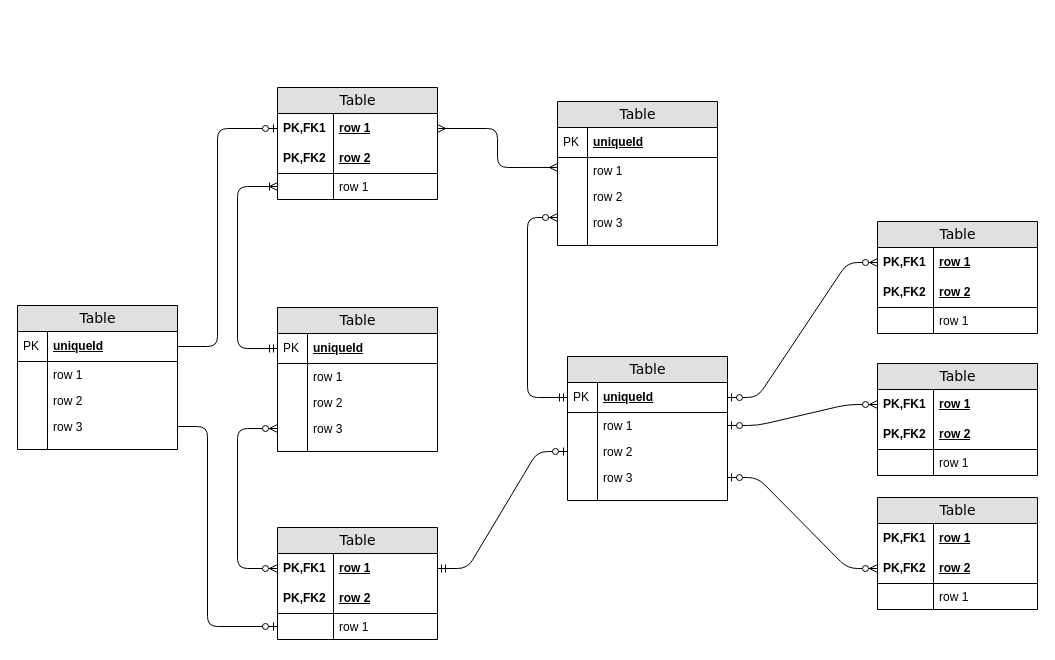
Before: Untitled Diagram.drawio in w0aw/diagrams, a draw.io diagram. Source tidied: cells renumbered, new cells numbered last; positions are measured from the earlier drawing's top-left corner, leaving out a move shared by most shapes. Both pictures are drawn from the tidied source at 100%, with x=0, y=0 at pixel (17, 87).
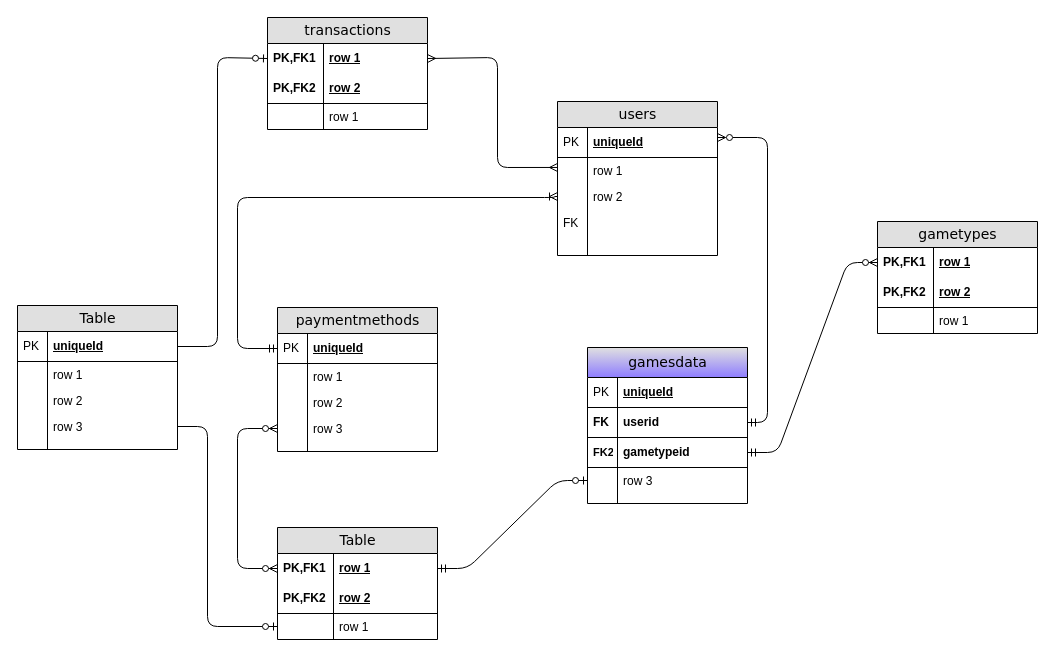
After the change.

The change refers to these unchanged cells:
```xml
<mxCell id="3" value="row 1" style="shape=partialRectangle;top=0;left=0;right=0;bottom=0;html=1;align=left;verticalAlign=middle;fillColor=none;spacingLeft=60;spacingRight=4;whiteSpace=wrap;overflow=hidden;points=[[0,0.5],[1,0.5]];portConstraint=eastwest;fontStyle=5;" parent="2" vertex="1">
  <mxGeometry y="26" width="160" height="30" as="geometry" />
</mxCell>
<mxCell id="7" value="row 1" style="shape=partialRectangle;top=0;left=0;right=0;bottom=0;html=1;align=left;verticalAlign=top;fillColor=none;spacingLeft=60;spacingRight=4;whiteSpace=wrap;overflow=hidden;points=[[0,0.5],[1,0.5]];portConstraint=eastwest;" parent="2" vertex="1">
  <mxGeometry y="86" width="160" height="26" as="geometry" />
</mxCell>
<mxCell id="10" value="uniqueId" style="shape=partialRectangle;top=0;left=0;right=0;bottom=1;html=1;align=left;verticalAlign=middle;fillColor=none;spacingLeft=34;spacingRight=4;whiteSpace=wrap;overflow=hidden;points=[[0,0.5],[1,0.5]];portConstraint=eastwest;fontStyle=5;" parent="9" vertex="1">
  <mxGeometry y="26" width="160" height="30" as="geometry" />
</mxCell>
<mxCell id="12" value="row 1" style="shape=partialRectangle;top=0;left=0;right=0;bottom=0;html=1;align=left;verticalAlign=top;fillColor=none;spacingLeft=34;spacingRight=4;whiteSpace=wrap;overflow=hidden;points=[[0,0.5],[1,0.5]];portConstraint=eastwest;" parent="9" vertex="1">
  <mxGeometry y="56" width="160" height="26" as="geometry" />
</mxCell>
<mxCell id="14" value="row 2" style="shape=partialRectangle;top=0;left=0;right=0;bottom=0;html=1;align=left;verticalAlign=top;fillColor=none;spacingLeft=34;spacingRight=4;whiteSpace=wrap;overflow=hidden;points=[[0,0.5],[1,0.5]];portConstraint=eastwest;" parent="9" vertex="1">
  <mxGeometry y="82" width="160" height="26" as="geometry" />
</mxCell>
<mxCell id="21" value="uniqueId" style="shape=partialRectangle;top=0;left=0;right=0;bottom=1;html=1;align=left;verticalAlign=middle;fillColor=none;spacingLeft=34;spacingRight=4;whiteSpace=wrap;overflow=hidden;points=[[0,0.5],[1,0.5]];portConstraint=eastwest;fontStyle=5;" parent="20" vertex="1">
  <mxGeometry y="26" width="160" height="30" as="geometry" />
</mxCell>
<mxCell id="43" value="row 1" style="shape=partialRectangle;top=0;left=0;right=0;bottom=0;html=1;align=left;verticalAlign=middle;fillColor=none;spacingLeft=60;spacingRight=4;whiteSpace=wrap;overflow=hidden;points=[[0,0.5],[1,0.5]];portConstraint=eastwest;fontStyle=5;" parent="42" vertex="1">
  <mxGeometry y="26" width="160" height="30" as="geometry" />
</mxCell>
<mxCell id="50" value="row 1" style="shape=partialRectangle;top=0;left=0;right=0;bottom=0;html=1;align=left;verticalAlign=middle;fillColor=none;spacingLeft=60;spacingRight=4;whiteSpace=wrap;overflow=hidden;points=[[0,0.5],[1,0.5]];portConstraint=eastwest;fontStyle=5;" parent="49" vertex="1">
  <mxGeometry y="26" width="160" height="30" as="geometry" />
</mxCell>
<mxCell id="79" value="uniqueId" style="shape=partialRectangle;top=0;left=0;right=0;bottom=1;html=1;align=left;verticalAlign=middle;fillColor=none;spacingLeft=34;spacingRight=4;whiteSpace=wrap;overflow=hidden;points=[[0,0.5],[1,0.5]];portConstraint=eastwest;fontStyle=5;" parent="78" vertex="1">
  <mxGeometry y="26" width="160" height="30" as="geometry" />
</mxCell>
```

Change to the diagram source:
```diff
@@
-    <mxCell id="2" value="Table" style="swimlane;html=1;fontStyle=0;horizontal=1;startSize=26;fillColor=#e0e0e0;swimlaneFillColor=#ffffff;align=center;rounded=0;shadow=0;comic=0;labelBackgroundColor=none;strokeWidth=1;fontFamily=Verdana;fontSize=14;" parent="1" vertex="1">
-      <mxGeometry x="260" width="160" height="112" as="geometry" />
+    <mxCell id="2" value="transactions" style="swimlane;html=1;fontStyle=0;horizontal=1;startSize=26;fillColor=#e0e0e0;swimlaneFillColor=#ffffff;align=center;rounded=0;shadow=0;comic=0;labelBackgroundColor=none;strokeWidth=1;fontFamily=Verdana;fontSize=14;" parent="1" vertex="1">
+      <mxGeometry x="250" y="-70" width="160" height="112" as="geometry" />
     </mxCell>
@@
-    <mxCell id="9" value="Table" style="swimlane;html=1;fontStyle=0;horizontal=1;startSize=26;fillColor=#e0e0e0;swimlaneFillColor=#ffffff;align=center;rounded=0;shadow=0;comic=0;labelBackgroundColor=none;strokeWidth=1;fontFamily=Verdana;fontSize=14;swimlaneLine=1;" parent="1" vertex="1">
-      <mxGeometry x="540" y="14" width="160" height="144" as="geometry" />
+    <mxCell id="9" value="users" style="swimlane;html=1;fontStyle=0;horizontal=1;startSize=26;fillColor=#e0e0e0;swimlaneFillColor=#ffffff;align=center;rounded=0;shadow=0;comic=0;labelBackgroundColor=none;strokeWidth=1;fontFamily=Verdana;fontSize=14;swimlaneLine=1;" parent="1" vertex="1">
+      <mxGeometry x="540" y="14" width="160" height="154" as="geometry" />
     </mxCell>
@@
-    <mxCell id="16" value="row 3" style="shape=partialRectangle;top=0;left=0;right=0;bottom=0;html=1;align=left;verticalAlign=top;fillColor=none;spacingLeft=34;spacingRight=4;whiteSpace=wrap;overflow=hidden;points=[[0,0.5],[1,0.5]];portConstraint=eastwest;" parent="9" vertex="1">
+    <mxCell id="16" style="shape=partialRectangle;top=0;left=0;right=0;bottom=0;html=1;align=left;verticalAlign=top;fillColor=none;spacingLeft=34;spacingRight=4;whiteSpace=wrap;overflow=hidden;points=[[0,0.5],[1,0.5]];portConstraint=eastwest;" parent="9" vertex="1">
       <mxGeometry y="108" width="160" height="26" as="geometry" />
     </mxCell>
-    <mxCell id="17" style="shape=partialRectangle;top=0;left=0;bottom=0;html=1;fillColor=none;align=left;verticalAlign=top;spacingLeft=4;spacingRight=4;whiteSpace=wrap;overflow=hidden;" parent="16" vertex="1">
+    <mxCell id="17" value="FK" style="shape=partialRectangle;top=0;left=0;bottom=0;html=1;fillColor=none;align=left;verticalAlign=top;spacingLeft=4;spacingRight=4;whiteSpace=wrap;overflow=hidden;" parent="16" vertex="1">
       <mxGeometry width="30" height="26" as="geometry" />
     </mxCell>
+    <mxCell id="91" style="shape=partialRectangle;top=0;left=0;right=0;bottom=0;html=1;align=left;verticalAlign=top;fillColor=none;spacingLeft=34;spacingRight=4;whiteSpace=wrap;overflow=hidden;" parent="9" vertex="1">
+      <mxGeometry y="134" width="160" height="10" as="geometry" />
+    </mxCell>
+    <mxCell id="92" style="shape=partialRectangle;top=0;left=0;bottom=0;html=1;fillColor=none;align=left;verticalAlign=top;spacingLeft=4;spacingRight=4;whiteSpace=wrap;overflow=hidden;" parent="91" vertex="1">
+      <mxGeometry width="30" height="10" as="geometry" />
+    </mxCell>
     <mxCell id="18" style="shape=partialRectangle;top=0;left=0;right=0;bottom=0;html=1;align=left;verticalAlign=top;fillColor=none;spacingLeft=34;spacingRight=4;whiteSpace=wrap;overflow=hidden;" parent="9" vertex="1">
-      <mxGeometry y="134" width="160" height="10" as="geometry" />
+      <mxGeometry y="144" width="160" height="10" as="geometry" />
     </mxCell>
@@
-    <mxCell id="20" value="Table" style="swimlane;html=1;fontStyle=0;horizontal=1;startSize=26;fillColor=#e0e0e0;swimlaneFillColor=#ffffff;align=center;rounded=0;shadow=0;comic=0;labelBackgroundColor=none;strokeWidth=1;fontFamily=Verdana;fontSize=14;" parent="1" vertex="1">
+    <mxCell id="20" value="paymentmethods" style="swimlane;html=1;fontStyle=0;horizontal=1;startSize=26;fillColor=#e0e0e0;swimlaneFillColor=#ffffff;align=center;rounded=0;shadow=0;comic=0;labelBackgroundColor=none;strokeWidth=1;fontFamily=Verdana;fontSize=14;" parent="1" vertex="1">
       <mxGeometry x="260" y="220" width="160" height="144" as="geometry" />
     </mxCell>
@@
-    <mxCell id="31" value="Table" style="swimlane;html=1;fontStyle=0;horizontal=1;startSize=26;fillColor=#e0e0e0;swimlaneFillColor=#ffffff;align=center;rounded=0;shadow=0;comic=0;labelBackgroundColor=none;strokeWidth=1;fontFamily=Verdana;fontSize=14;" parent="1" vertex="1">
-      <mxGeometry x="550" y="269" width="160" height="144" as="geometry" />
+    <mxCell id="31" value="gamesdata" style="swimlane;html=1;fontStyle=0;horizontal=1;startSize=30;fillColor=#e0e0e0;swimlaneFillColor=#ffffff;align=center;rounded=0;shadow=0;comic=0;labelBackgroundColor=none;strokeWidth=1;fontFamily=Verdana;fontSize=14;gradientColor=#8E7DFF;swimlaneLine=1;" parent="1" vertex="1">
+      <mxGeometry x="570" y="260" width="160" height="156" as="geometry" />
     </mxCell>
     <mxCell id="32" value="uniqueId" style="shape=partialRectangle;top=0;left=0;right=0;bottom=1;html=1;align=left;verticalAlign=middle;fillColor=none;spacingLeft=34;spacingRight=4;whiteSpace=wrap;overflow=hidden;points=[[0,0.5],[1,0.5]];portConstraint=eastwest;fontStyle=5;" parent="31" vertex="1">
-      <mxGeometry y="26" width="160" height="30" as="geometry" />
+      <mxGeometry y="30" width="160" height="30" as="geometry" />
     </mxCell>
@@
-    <mxCell id="34" value="row 1" style="shape=partialRectangle;top=0;left=0;right=0;bottom=0;html=1;align=left;verticalAlign=top;fillColor=none;spacingLeft=34;spacingRight=4;whiteSpace=wrap;overflow=hidden;points=[[0,0.5],[1,0.5]];portConstraint=eastwest;" parent="31" vertex="1">
-      <mxGeometry y="56" width="160" height="26" as="geometry" />
-    </mxCell>
-    <mxCell id="35" style="shape=partialRectangle;top=0;left=0;bottom=0;html=1;fillColor=none;align=left;verticalAlign=top;spacingLeft=4;spacingRight=4;whiteSpace=wrap;overflow=hidden;" parent="34" vertex="1">
-      <mxGeometry width="30" height="26" as="geometry" />
-    </mxCell>
-    <mxCell id="36" value="row 2" style="shape=partialRectangle;top=0;left=0;right=0;bottom=0;html=1;align=left;verticalAlign=top;fillColor=none;spacingLeft=34;spacingRight=4;whiteSpace=wrap;overflow=hidden;points=[[0,0.5],[1,0.5]];portConstraint=eastwest;" parent="31" vertex="1">
-      <mxGeometry y="82" width="160" height="26" as="geometry" />
-    </mxCell>
-    <mxCell id="37" style="shape=partialRectangle;top=0;left=0;bottom=0;html=1;fillColor=none;align=left;verticalAlign=top;spacingLeft=4;spacingRight=4;whiteSpace=wrap;overflow=hidden;" parent="36" vertex="1">
-      <mxGeometry width="30" height="26" as="geometry" />
-    </mxCell>
+    <mxCell id="93" value="userid" style="shape=partialRectangle;top=0;left=0;right=0;bottom=1;html=1;align=left;verticalAlign=middle;fillColor=none;spacingLeft=34;spacingRight=4;whiteSpace=wrap;overflow=hidden;points=[[0,0.5],[1,0.5]];portConstraint=eastwest;fontStyle=1;" parent="31" vertex="1">
+      <mxGeometry y="60" width="160" height="30" as="geometry" />
+    </mxCell>
+    <mxCell id="94" value="FK" style="shape=partialRectangle;top=0;left=0;bottom=0;html=1;fillColor=none;align=left;verticalAlign=middle;spacingLeft=4;spacingRight=4;whiteSpace=wrap;overflow=hidden;fontStyle=1;" parent="93" vertex="1">
+      <mxGeometry width="30" height="30" as="geometry" />
+    </mxCell>
+    <mxCell id="95" value="gametypeid" style="shape=partialRectangle;top=0;left=0;right=0;bottom=1;html=1;align=left;verticalAlign=middle;fillColor=none;spacingLeft=34;spacingRight=4;whiteSpace=wrap;overflow=hidden;points=[[0,0.5],[1,0.5]];portConstraint=eastwest;fontStyle=1;" parent="31" vertex="1">
+      <mxGeometry y="90" width="160" height="30" as="geometry" />
+    </mxCell>
+    <mxCell id="96" value="FK2" style="shape=partialRectangle;top=0;left=0;bottom=0;html=1;fillColor=none;align=left;verticalAlign=middle;spacingLeft=4;spacingRight=4;whiteSpace=wrap;overflow=hidden;fontStyle=1;fontSize=11;" parent="95" vertex="1">
+      <mxGeometry width="30" height="30" as="geometry" />
+    </mxCell>
     <mxCell id="38" value="row 3" style="shape=partialRectangle;top=0;left=0;right=0;bottom=0;html=1;align=left;verticalAlign=top;fillColor=none;spacingLeft=34;spacingRight=4;whiteSpace=wrap;overflow=hidden;points=[[0,0.5],[1,0.5]];portConstraint=eastwest;" parent="31" vertex="1">
-      <mxGeometry y="108" width="160" height="26" as="geometry" />
+      <mxGeometry y="120" width="160" height="26" as="geometry" />
     </mxCell>
@@
     <mxCell id="40" style="shape=partialRectangle;top=0;left=0;right=0;bottom=0;html=1;align=left;verticalAlign=top;fillColor=none;spacingLeft=34;spacingRight=4;whiteSpace=wrap;overflow=hidden;" parent="31" vertex="1">
-      <mxGeometry y="134" width="160" height="10" as="geometry" />
+      <mxGeometry y="146" width="160" height="10" as="geometry" />
     </mxCell>
@@
-    <mxCell id="42" value="Table" style="swimlane;html=1;fontStyle=0;horizontal=1;startSize=26;fillColor=#e0e0e0;swimlaneFillColor=#ffffff;align=center;rounded=0;shadow=0;comic=0;labelBackgroundColor=none;strokeWidth=1;fontFamily=Verdana;fontSize=14;" parent="1" vertex="1">
+    <mxCell id="42" value="gametypes" style="swimlane;html=1;fontStyle=0;horizontal=1;startSize=26;fillColor=#e0e0e0;swimlaneFillColor=#ffffff;align=center;rounded=0;shadow=0;comic=0;labelBackgroundColor=none;strokeWidth=1;fontFamily=Verdana;fontSize=14;" parent="1" vertex="1">
       <mxGeometry x="860" y="134" width="160" height="112" as="geometry" />
     </mxCell>
@@
-    <mxCell id="56" style="edgeStyle=orthogonalEdgeStyle;html=1;endArrow=ERoneToMany;startArrow=ERmandOne;labelBackgroundColor=none;fontFamily=Verdana;fontSize=14;entryX=0;entryY=0.5;exitX=0;exitY=0.5;" parent="1" edge="1" source="21" target="7">
+    <mxCell id="56" style="edgeStyle=orthogonalEdgeStyle;html=1;endArrow=ERoneToMany;startArrow=ERmandOne;labelBackgroundColor=none;fontFamily=Verdana;fontSize=14;exitX=0;exitY=0.5;" parent="1" edge="1" source="21" target="14">
       <mxGeometry relative="1" as="geometry">
         <Array as="points">
           <mxPoint x="220" y="261" />
-          <mxPoint x="220" y="99" />
+          <mxPoint x="220" y="110" />
+          <mxPoint x="537" y="110" />
+          <mxPoint x="537" y="109" />
         </Array>
       </mxGeometry>
     </mxCell>
@@
     <mxCell id="58" style="edgeStyle=orthogonalEdgeStyle;html=1;endArrow=ERmany;startArrow=ERmany;labelBackgroundColor=none;fontFamily=Verdana;fontSize=14;entryX=1;entryY=0.5;exitX=0;exitY=0.383;exitPerimeter=0;" parent="1" edge="1" source="12" target="3">
       <mxGeometry relative="1" as="geometry">
         <Array as="points">
           <mxPoint x="480" y="80" />
-          <mxPoint x="480" y="41" />
+          <mxPoint x="480" y="-30" />
         </Array>
       </mxGeometry>
     </mxCell>
-    <mxCell id="59" style="edgeStyle=orthogonalEdgeStyle;html=1;endArrow=ERzeroToMany;startArrow=ERmandOne;labelBackgroundColor=none;fontFamily=Verdana;fontSize=14;entryX=0;entryY=0.308;entryPerimeter=0;exitX=0;exitY=0.5;" parent="1" edge="1" source="32" target="16">
+    <mxCell id="59" style="edgeStyle=orthogonalEdgeStyle;html=1;endArrow=ERzeroToMany;startArrow=ERmandOne;labelBackgroundColor=none;fontFamily=Verdana;fontSize=14;endFill=0;" parent="1" edge="1" source="93" target="10">
       <mxGeometry relative="1" as="geometry">
         <Array as="points">
-          <mxPoint x="510" y="310" />
-          <mxPoint x="510" y="130" />
+          <mxPoint x="750" y="335" />
+          <mxPoint x="750" y="50" />
         </Array>
       </mxGeometry>
     </mxCell>
-    <mxCell id="60" style="edgeStyle=entityRelationEdgeStyle;html=1;endArrow=ERzeroToOne;startArrow=ERmandOne;labelBackgroundColor=none;fontFamily=Verdana;fontSize=14;exitX=1;exitY=0.5;entryX=0;entryY=0.5;" parent="1" edge="1" source="50" target="36">
-      <mxGeometry relative="1" as="geometry" />
+    <mxCell id="60" style="edgeStyle=entityRelationEdgeStyle;html=1;endArrow=ERzeroToOne;startArrow=ERmandOne;labelBackgroundColor=none;fontFamily=Verdana;fontSize=14;exitX=1;exitY=0.5;entryX=0;entryY=0.5;" parent="1" edge="1" source="50">
+      <mxGeometry relative="1" as="geometry">
+        <mxPoint x="570" y="393" as="targetPoint" />
+      </mxGeometry>
     </mxCell>
-    <mxCell id="61" style="edgeStyle=entityRelationEdgeStyle;html=1;endArrow=ERzeroToMany;startArrow=ERzeroToOne;labelBackgroundColor=none;fontFamily=Verdana;fontSize=14;entryX=0;entryY=0.5;exitX=1;exitY=0.5;" parent="1" edge="1" source="32" target="43">
+    <mxCell id="61" style="edgeStyle=entityRelationEdgeStyle;html=1;endArrow=ERzeroToMany;startArrow=ERmandOne;labelBackgroundColor=none;fontFamily=Verdana;fontSize=14;entryX=0;entryY=0.5;startFill=0;" parent="1" edge="1" source="95" target="43">
       <mxGeometry relative="1" as="geometry" />
     </mxCell>
-    <mxCell id="62" value="Table" style="swimlane;html=1;fontStyle=0;horizontal=1;startSize=26;fillColor=#e0e0e0;swimlaneFillColor=#ffffff;align=center;rounded=0;shadow=0;comic=0;labelBackgroundColor=none;strokeWidth=1;fontFamily=Verdana;fontSize=14;" parent="1" vertex="1">
-      <mxGeometry x="860" y="276" width="160" height="112" as="geometry" />
-    </mxCell>
-    <mxCell id="63" value="row 1" style="shape=partialRectangle;top=0;left=0;right=0;bottom=0;html=1;align=left;verticalAlign=middle;fillColor=none;spacingLeft=60;spacingRight=4;whiteSpace=wrap;overflow=hidden;points=[[0,0.5],[1,0.5]];portConstraint=eastwest;fontStyle=5;" parent="62" vertex="1">
-      <mxGeometry y="26" width="160" height="30" as="geometry" />
-    </mxCell>
-    <mxCell id="64" value="PK,FK1" style="shape=partialRectangle;fontStyle=1;top=0;left=0;bottom=0;html=1;fillColor=none;align=left;verticalAlign=middle;spacingLeft=4;spacingRight=4;whiteSpace=wrap;overflow=hidden;" parent="63" vertex="1">
-      <mxGeometry width="56" height="30" as="geometry" />
-    </mxCell>
-    <mxCell id="65" value="row 2" style="shape=partialRectangle;top=0;left=0;right=0;bottom=1;html=1;align=left;verticalAlign=middle;fillColor=none;spacingLeft=60;spacingRight=4;whiteSpace=wrap;overflow=hidden;fontStyle=5;" parent="62" vertex="1">
-      <mxGeometry y="56" width="160" height="30" as="geometry" />
-    </mxCell>
-    <mxCell id="66" value="PK,FK2" style="shape=partialRectangle;fontStyle=1;top=0;left=0;bottom=0;html=1;fillColor=none;align=left;verticalAlign=middle;spacingLeft=4;spacingRight=4;whiteSpace=wrap;overflow=hidden;" parent="65" vertex="1">
-      <mxGeometry width="56" height="30" as="geometry" />
-    </mxCell>
-    <mxCell id="67" value="row 1" style="shape=partialRectangle;top=0;left=0;right=0;bottom=0;html=1;align=left;verticalAlign=top;fillColor=none;spacingLeft=60;spacingRight=4;whiteSpace=wrap;overflow=hidden;" parent="62" vertex="1">
-      <mxGeometry y="86" width="160" height="26" as="geometry" />
-    </mxCell>
-    <mxCell id="68" style="shape=partialRectangle;top=0;left=0;bottom=0;html=1;fillColor=none;align=left;verticalAlign=top;spacingLeft=4;spacingRight=4;whiteSpace=wrap;overflow=hidden;" parent="67" vertex="1">
-      <mxGeometry width="56" height="26" as="geometry" />
-    </mxCell>
-    <mxCell id="69" value="Table" style="swimlane;html=1;fontStyle=0;horizontal=1;startSize=26;fillColor=#e0e0e0;swimlaneFillColor=#ffffff;align=center;rounded=0;shadow=0;comic=0;labelBackgroundColor=none;strokeWidth=1;fontFamily=Verdana;fontSize=14;" parent="1" vertex="1">
-      <mxGeometry x="860" y="410" width="160" height="112" as="geometry" />
-    </mxCell>
-    <mxCell id="70" value="row 1" style="shape=partialRectangle;top=0;left=0;right=0;bottom=0;html=1;align=left;verticalAlign=middle;fillColor=none;spacingLeft=60;spacingRight=4;whiteSpace=wrap;overflow=hidden;fontStyle=5;" parent="69" vertex="1">
-      <mxGeometry y="26" width="160" height="30" as="geometry" />
-    </mxCell>
-    <mxCell id="71" value="PK,FK1" style="shape=partialRectangle;fontStyle=1;top=0;left=0;bottom=0;html=1;fillColor=none;align=left;verticalAlign=middle;spacingLeft=4;spacingRight=4;whiteSpace=wrap;overflow=hidden;" parent="70" vertex="1">
-      <mxGeometry width="56" height="30" as="geometry" />
-    </mxCell>
-    <mxCell id="72" value="row 2" style="shape=partialRectangle;top=0;left=0;right=0;bottom=1;html=1;align=left;verticalAlign=middle;fillColor=none;spacingLeft=60;spacingRight=4;whiteSpace=wrap;overflow=hidden;points=[[0,0.5],[1,0.5]];portConstraint=eastwest;fontStyle=5;" parent="69" vertex="1">
-      <mxGeometry y="56" width="160" height="30" as="geometry" />
-    </mxCell>
-    <mxCell id="73" value="PK,FK2" style="shape=partialRectangle;fontStyle=1;top=0;left=0;bottom=0;html=1;fillColor=none;align=left;verticalAlign=middle;spacingLeft=4;spacingRight=4;whiteSpace=wrap;overflow=hidden;" parent="72" vertex="1">
-      <mxGeometry width="56" height="30" as="geometry" />
-    </mxCell>
-    <mxCell id="74" value="row 1" style="shape=partialRectangle;top=0;left=0;right=0;bottom=0;html=1;align=left;verticalAlign=top;fillColor=none;spacingLeft=60;spacingRight=4;whiteSpace=wrap;overflow=hidden;" parent="69" vertex="1">
-      <mxGeometry y="86" width="160" height="26" as="geometry" />
-    </mxCell>
-    <mxCell id="75" style="shape=partialRectangle;top=0;left=0;bottom=0;html=1;fillColor=none;align=left;verticalAlign=top;spacingLeft=4;spacingRight=4;whiteSpace=wrap;overflow=hidden;" parent="74" vertex="1">
-      <mxGeometry width="56" height="26" as="geometry" />
-    </mxCell>
-    <mxCell id="76" style="edgeStyle=entityRelationEdgeStyle;html=1;endArrow=ERzeroToMany;startArrow=ERzeroToOne;labelBackgroundColor=none;fontFamily=Verdana;fontSize=14;entryX=0;entryY=0.5;exitX=1;exitY=0.5;" parent="1" edge="1" source="34" target="63">
-      <mxGeometry relative="1" as="geometry" />
-    </mxCell>
-    <mxCell id="77" style="edgeStyle=entityRelationEdgeStyle;html=1;endArrow=ERzeroToMany;startArrow=ERzeroToOne;labelBackgroundColor=none;fontFamily=Verdana;fontSize=14;entryX=0;entryY=0.5;exitX=1;exitY=0.5;" parent="1" edge="1" source="38" target="72">
-      <mxGeometry relative="1" as="geometry" />
-    </mxCell>
@@
     <mxCell id="89" style="edgeStyle=orthogonalEdgeStyle;html=1;endArrow=ERzeroToOne;endFill=1;labelBackgroundColor=none;fontFamily=Verdana;fontSize=14;entryX=0;entryY=0.5;exitX=1;exitY=0.5;" parent="1" edge="1" source="79" target="3">
       <mxGeometry relative="1" as="geometry">
         <Array as="points">
           <mxPoint x="200" y="259" />
-          <mxPoint x="200" y="41" />
+          <mxPoint x="200" y="-30" />
         </Array>
       </mxGeometry>
     </mxCell>
```
